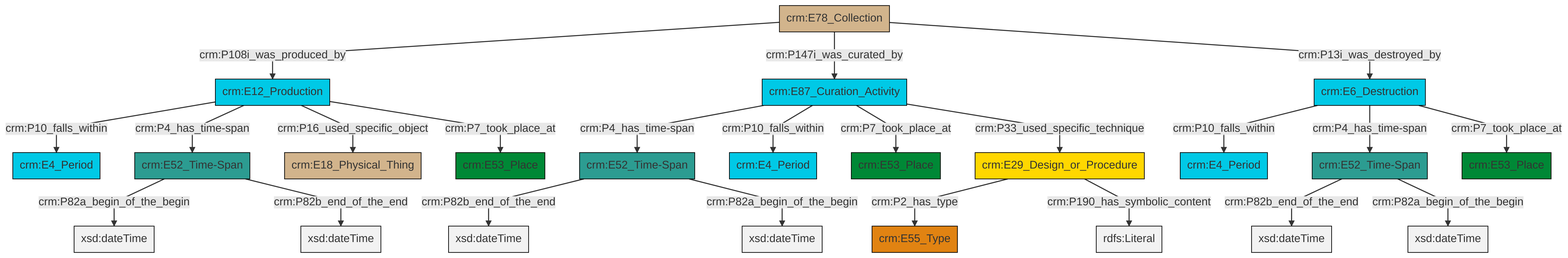
The Mermaid diagram et/archivalCSV/ttl/mmd/png/archival_existence.png in swiss-art-research-net/docs.swissartresearch, before a commit. Its source is kept beside it as et/archivalCSV/ttl/mmd/archival_existence.ttl.mmd. Its diagram source:
```mermaid
graph TD
classDef Literal fill:#f2f2f2,stroke:#000000;
classDef CRM_Entity fill:#FFFFFF,stroke:#000000;
classDef Temporal_Entity fill:#00C9E6, stroke:#000000;
classDef Type fill:#E18312, stroke:#000000;
classDef Time-Span fill:#2C9C91, stroke:#000000;
classDef Appellation fill:#FFEB7F, stroke:#000000;
classDef Place fill:#008836, stroke:#000000;
classDef Persistent_Item fill:#B266B2, stroke:#000000;
classDef Conceptual_Object fill:#FFD700, stroke:#000000;
classDef Physical_Thing fill:#D2B48C, stroke:#000000;
classDef Actor fill:#f58aad, stroke:#000000;
classDef PC_Classes fill:#4ce600, stroke:#000000;
classDef Multi fill:#cccccc,stroke:#000000;

6["crm:E78_Collection"]:::Physical_Thing -->|crm:P108i_was_produced_by| 7["crm:E12_Production"]:::Temporal_Entity
10["crm:E6_Destruction"]:::Temporal_Entity -->|crm:P10_falls_within| 11["crm:E4_Period"]:::Temporal_Entity
2["crm:E29_Design_or_Procedure"]:::Conceptual_Object -->|crm:P2_has_type| 4["crm:E55_Type"]:::Type
14["crm:E52_Time-Span"]:::Time-Span -->|crm:P82b_end_of_the_end| 15[xsd:dateTime]:::Literal
16["crm:E52_Time-Span"]:::Time-Span -->|crm:P82b_end_of_the_end| 17[xsd:dateTime]:::Literal
18["crm:E87_Curation_Activity"]:::Temporal_Entity -->|crm:P4_has_time-span| 14["crm:E52_Time-Span"]:::Time-Span
6["crm:E78_Collection"]:::Physical_Thing -->|crm:P147i_was_curated_by| 18["crm:E87_Curation_Activity"]:::Temporal_Entity
7["crm:E12_Production"]:::Temporal_Entity -->|crm:P10_falls_within| 19["crm:E4_Period"]:::Temporal_Entity
0["crm:E52_Time-Span"]:::Time-Span -->|crm:P82a_begin_of_the_begin| 22[xsd:dateTime]:::Literal
2["crm:E29_Design_or_Procedure"]:::Conceptual_Object -->|crm:P190_has_symbolic_content| 23[rdfs:Literal]:::Literal
16["crm:E52_Time-Span"]:::Time-Span -->|crm:P82a_begin_of_the_begin| 24[xsd:dateTime]:::Literal
0["crm:E52_Time-Span"]:::Time-Span -->|crm:P82b_end_of_the_end| 26[xsd:dateTime]:::Literal
6["crm:E78_Collection"]:::Physical_Thing -->|crm:P13i_was_destroyed_by| 10["crm:E6_Destruction"]:::Temporal_Entity
7["crm:E12_Production"]:::Temporal_Entity -->|crm:P4_has_time-span| 0["crm:E52_Time-Span"]:::Time-Span
10["crm:E6_Destruction"]:::Temporal_Entity -->|crm:P4_has_time-span| 16["crm:E52_Time-Span"]:::Time-Span
18["crm:E87_Curation_Activity"]:::Temporal_Entity -->|crm:P10_falls_within| 8["crm:E4_Period"]:::Temporal_Entity
7["crm:E12_Production"]:::Temporal_Entity -->|crm:P16_used_specific_object| 34["crm:E18_Physical_Thing"]:::Physical_Thing
18["crm:E87_Curation_Activity"]:::Temporal_Entity -->|crm:P7_took_place_at| 29["crm:E53_Place"]:::Place
14["crm:E52_Time-Span"]:::Time-Span -->|crm:P82a_begin_of_the_begin| 35[xsd:dateTime]:::Literal
18["crm:E87_Curation_Activity"]:::Temporal_Entity -->|crm:P33_used_specific_technique| 2["crm:E29_Design_or_Procedure"]:::Conceptual_Object
7["crm:E12_Production"]:::Temporal_Entity -->|crm:P7_took_place_at| 12["crm:E53_Place"]:::Place
10["crm:E6_Destruction"]:::Temporal_Entity -->|crm:P7_took_place_at| 31["crm:E53_Place"]:::Place
```
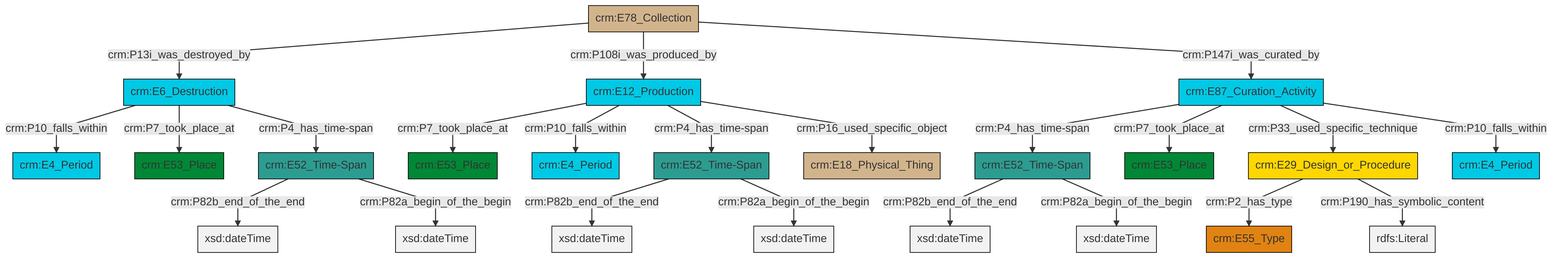
Later version of the same file.

Change to the diagram source:
```diff
@@ -13,25 +13,25 @@
 classDef PC_Classes fill:#4ce600, stroke:#000000;
 classDef Multi fill:#cccccc,stroke:#000000;
 
-6["crm:E78_Collection"]:::Physical_Thing -->|crm:P108i_was_produced_by| 7["crm:E12_Production"]:::Temporal_Entity
-10["crm:E6_Destruction"]:::Temporal_Entity -->|crm:P10_falls_within| 11["crm:E4_Period"]:::Temporal_Entity
-2["crm:E29_Design_or_Procedure"]:::Conceptual_Object -->|crm:P2_has_type| 4["crm:E55_Type"]:::Type
-14["crm:E52_Time-Span"]:::Time-Span -->|crm:P82b_end_of_the_end| 15[xsd:dateTime]:::Literal
-16["crm:E52_Time-Span"]:::Time-Span -->|crm:P82b_end_of_the_end| 17[xsd:dateTime]:::Literal
-18["crm:E87_Curation_Activity"]:::Temporal_Entity -->|crm:P4_has_time-span| 14["crm:E52_Time-Span"]:::Time-Span
-6["crm:E78_Collection"]:::Physical_Thing -->|crm:P147i_was_curated_by| 18["crm:E87_Curation_Activity"]:::Temporal_Entity
-7["crm:E12_Production"]:::Temporal_Entity -->|crm:P10_falls_within| 19["crm:E4_Period"]:::Temporal_Entity
-0["crm:E52_Time-Span"]:::Time-Span -->|crm:P82a_begin_of_the_begin| 22[xsd:dateTime]:::Literal
-2["crm:E29_Design_or_Procedure"]:::Conceptual_Object -->|crm:P190_has_symbolic_content| 23[rdfs:Literal]:::Literal
-16["crm:E52_Time-Span"]:::Time-Span -->|crm:P82a_begin_of_the_begin| 24[xsd:dateTime]:::Literal
-0["crm:E52_Time-Span"]:::Time-Span -->|crm:P82b_end_of_the_end| 26[xsd:dateTime]:::Literal
-6["crm:E78_Collection"]:::Physical_Thing -->|crm:P13i_was_destroyed_by| 10["crm:E6_Destruction"]:::Temporal_Entity
-7["crm:E12_Production"]:::Temporal_Entity -->|crm:P4_has_time-span| 0["crm:E52_Time-Span"]:::Time-Span
-10["crm:E6_Destruction"]:::Temporal_Entity -->|crm:P4_has_time-span| 16["crm:E52_Time-Span"]:::Time-Span
-18["crm:E87_Curation_Activity"]:::Temporal_Entity -->|crm:P10_falls_within| 8["crm:E4_Period"]:::Temporal_Entity
-7["crm:E12_Production"]:::Temporal_Entity -->|crm:P16_used_specific_object| 34["crm:E18_Physical_Thing"]:::Physical_Thing
-18["crm:E87_Curation_Activity"]:::Temporal_Entity -->|crm:P7_took_place_at| 29["crm:E53_Place"]:::Place
-14["crm:E52_Time-Span"]:::Time-Span -->|crm:P82a_begin_of_the_begin| 35[xsd:dateTime]:::Literal
-18["crm:E87_Curation_Activity"]:::Temporal_Entity -->|crm:P33_used_specific_technique| 2["crm:E29_Design_or_Procedure"]:::Conceptual_Object
-7["crm:E12_Production"]:::Temporal_Entity -->|crm:P7_took_place_at| 12["crm:E53_Place"]:::Place
-10["crm:E6_Destruction"]:::Temporal_Entity -->|crm:P7_took_place_at| 31["crm:E53_Place"]:::Place
+2["crm:E52_Time-Span"]:::Time-Span -->|crm:P82b_end_of_the_end| 3[xsd:dateTime]:::Literal
+4["crm:E6_Destruction"]:::Temporal_Entity -->|crm:P10_falls_within| 5["crm:E4_Period"]:::Temporal_Entity
+10["crm:E29_Design_or_Procedure"]:::Conceptual_Object -->|crm:P2_has_type| 11["crm:E55_Type"]:::Type
+4["crm:E6_Destruction"]:::Temporal_Entity -->|crm:P7_took_place_at| 20["crm:E53_Place"]:::Place
+12["crm:E52_Time-Span"]:::Time-Span -->|crm:P82b_end_of_the_end| 21[xsd:dateTime]:::Literal
+18["crm:E12_Production"]:::Temporal_Entity -->|crm:P7_took_place_at| 6["crm:E53_Place"]:::Place
+8["crm:E52_Time-Span"]:::Time-Span -->|crm:P82b_end_of_the_end| 22[xsd:dateTime]:::Literal
+18["crm:E12_Production"]:::Temporal_Entity -->|crm:P10_falls_within| 23["crm:E4_Period"]:::Temporal_Entity
+18["crm:E12_Production"]:::Temporal_Entity -->|crm:P4_has_time-span| 8["crm:E52_Time-Span"]:::Time-Span
+0["crm:E87_Curation_Activity"]:::Temporal_Entity -->|crm:P4_has_time-span| 12["crm:E52_Time-Span"]:::Time-Span
+0["crm:E87_Curation_Activity"]:::Temporal_Entity -->|crm:P7_took_place_at| 14["crm:E53_Place"]:::Place
+4["crm:E6_Destruction"]:::Temporal_Entity -->|crm:P4_has_time-span| 2["crm:E52_Time-Span"]:::Time-Span
+8["crm:E52_Time-Span"]:::Time-Span -->|crm:P82a_begin_of_the_begin| 29[xsd:dateTime]:::Literal
+26["crm:E78_Collection"]:::Physical_Thing -->|crm:P13i_was_destroyed_by| 4["crm:E6_Destruction"]:::Temporal_Entity
+10["crm:E29_Design_or_Procedure"]:::Conceptual_Object -->|crm:P190_has_symbolic_content| 33[rdfs:Literal]:::Literal
+26["crm:E78_Collection"]:::Physical_Thing -->|crm:P108i_was_produced_by| 18["crm:E12_Production"]:::Temporal_Entity
+26["crm:E78_Collection"]:::Physical_Thing -->|crm:P147i_was_curated_by| 0["crm:E87_Curation_Activity"]:::Temporal_Entity
+0["crm:E87_Curation_Activity"]:::Temporal_Entity -->|crm:P33_used_specific_technique| 10["crm:E29_Design_or_Procedure"]:::Conceptual_Object
+18["crm:E12_Production"]:::Temporal_Entity -->|crm:P16_used_specific_object| 16["crm:E18_Physical_Thing"]:::Physical_Thing
+0["crm:E87_Curation_Activity"]:::Temporal_Entity -->|crm:P10_falls_within| 30["crm:E4_Period"]:::Temporal_Entity
+12["crm:E52_Time-Span"]:::Time-Span -->|crm:P82a_begin_of_the_begin| 36[xsd:dateTime]:::Literal
+2["crm:E52_Time-Span"]:::Time-Span -->|crm:P82a_begin_of_the_begin| 37[xsd:dateTime]:::Literal
```
